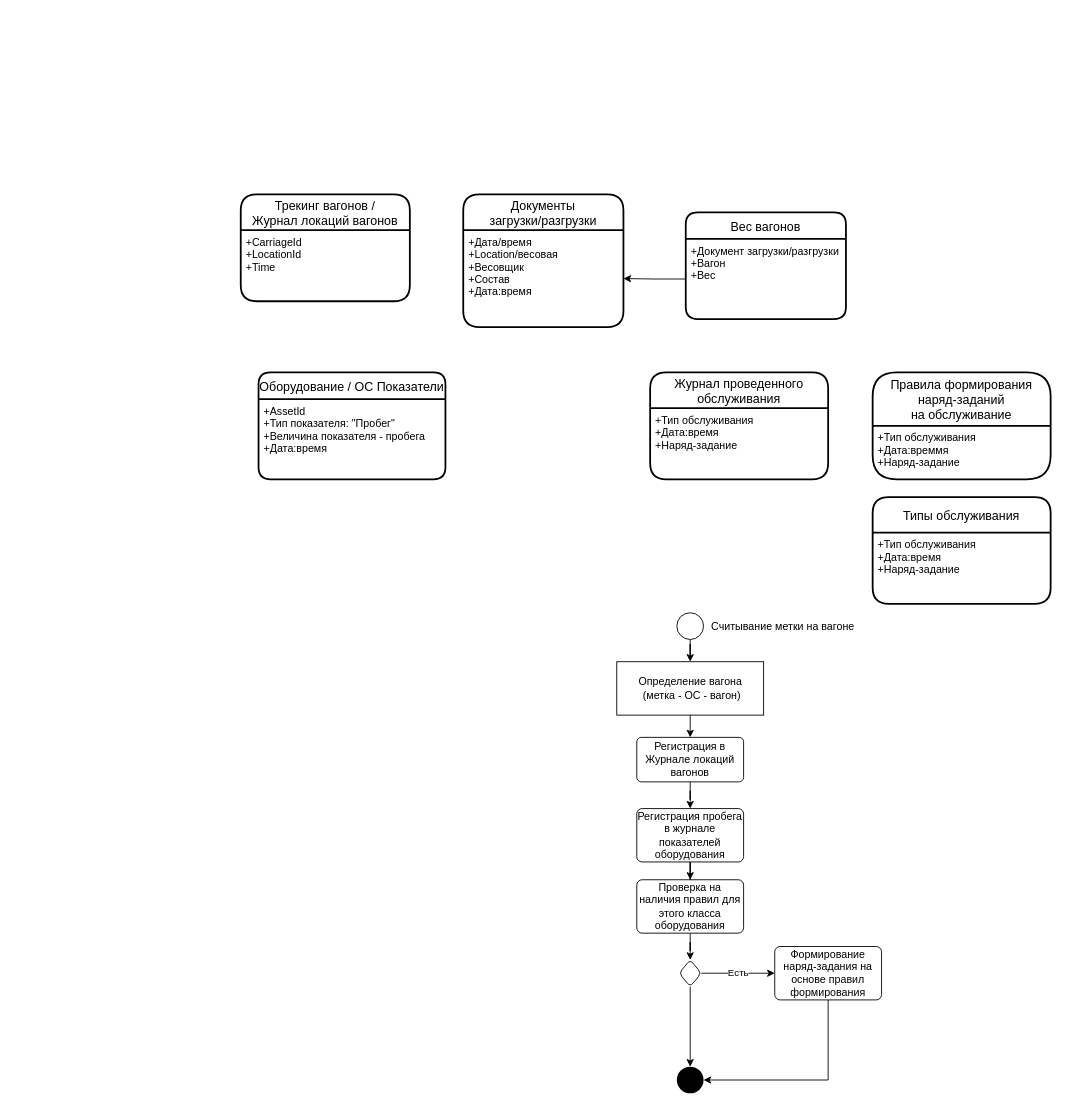
Above: page "Пробеги" (2 of 2) of sensor_to_business_oper.drawio in tvolodi/abitech (draw.io), before the change. Source tidied: cells renumbered, new cells numbered last; positions are measured from the earlier drawing's top-left corner, leaving out a move shared by most shapes. Both pictures are drawn from the tidied source at 89%, with x=0, y=0 at pixel (240, 194).
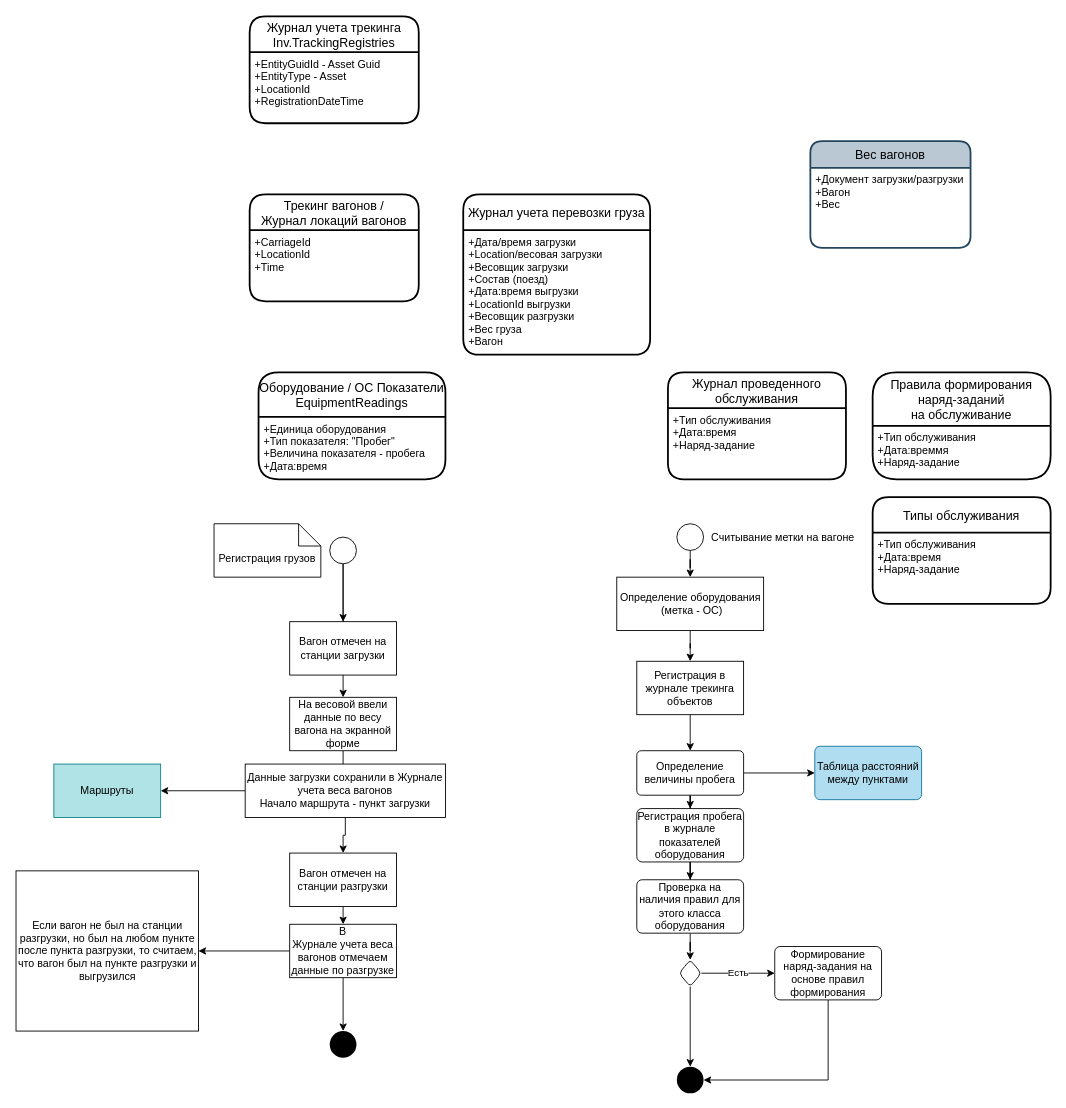
The same page after the edit.

Unchanged cells that the change refers to:
```xml
<mxCell id="7" value="+Документ загрузки/разгрузки&#10;+Вагон&#10;+Вес" style="align=left;strokeColor=none;fillColor=none;spacingLeft=4;fontSize=12;verticalAlign=top;" parent="6" vertex="1">
  <mxGeometry y="30" width="180" height="90" as="geometry" />
</mxCell>
```

The edit, as a diff of the source:
```diff
@@
     <mxCell id="2" value="Трекинг вагонов / &#10;Журнал локаций вагонов" style="swimlane;horizontal=1;startSize=40;rounded=1;fontSize=14;fontStyle=0;strokeWidth=2;shadow=0;dashed=0;align=center;" parent="1" vertex="1">
-      <mxGeometry width="190" height="120" as="geometry" />
+      <mxGeometry x="10" width="190" height="120" as="geometry" />
     </mxCell>
@@
-    <mxCell id="4" value="Документы &#10;загрузки/разгрузки" style="swimlane;horizontal=1;startSize=40;rounded=1;fontSize=14;fontStyle=0;strokeWidth=2;shadow=0;dashed=0;align=center;" parent="1" vertex="1">
-      <mxGeometry x="250" width="180" height="149" as="geometry" />
+    <mxCell id="4" value="Журнал учета перевозки груза" style="swimlane;horizontal=1;startSize=40;rounded=1;fontSize=14;fontStyle=0;strokeWidth=2;shadow=0;dashed=0;align=center;" parent="1" vertex="1">
+      <mxGeometry x="250" width="210" height="180" as="geometry" />
     </mxCell>
-    <mxCell id="5" value="+Дата/время&#10;+Location/весовая&#10;+Весовщик&#10;+Состав&#10;+Дата:время&#10;&#10;" style="align=left;strokeColor=none;fillColor=none;spacingLeft=4;fontSize=12;verticalAlign=top;" parent="4" vertex="1">
-      <mxGeometry y="40" width="180" height="109" as="geometry" />
+    <mxCell id="5" value="+Дата/время загрузки&#10;+Location/весовая загрузки&#10;+Весовщик загрузки&#10;+Состав (поезд)&#10;+Дата:время выгрузки&#10;+LocationId выгрузки&#10;+Весовщик разгрузки&#10;+Вес груза&#10;+Вагон&#10;" style="align=left;strokeColor=none;fillColor=none;spacingLeft=4;fontSize=12;verticalAlign=top;" parent="4" vertex="1">
+      <mxGeometry y="40" width="210" height="140" as="geometry" />
     </mxCell>
-    <mxCell id="6" value="Вес вагонов" style="swimlane;horizontal=1;startSize=30;rounded=1;fontSize=14;fontStyle=0;strokeWidth=2;shadow=0;dashed=0;align=center;" parent="1" vertex="1">
-      <mxGeometry x="500" y="20" width="180" height="120" as="geometry" />
+    <mxCell id="6" value="Вес вагонов" style="swimlane;horizontal=1;startSize=30;rounded=1;fontSize=14;fontStyle=0;strokeWidth=2;shadow=0;dashed=0;align=center;fillColor=#bac8d3;strokeColor=#23445d;" parent="1" vertex="1">
+      <mxGeometry x="640" y="-60" width="180" height="120" as="geometry" />
     </mxCell>
@@
-    <mxCell id="8" value="Оборудование / ОС Показатели" style="swimlane;horizontal=1;startSize=30;rounded=1;fontSize=14;fontStyle=0;strokeWidth=2;shadow=0;dashed=0;align=center;" parent="1" vertex="1">
+    <mxCell id="8" value="Оборудование / ОС Показатели&#10;EquipmentReadings" style="swimlane;horizontal=1;startSize=50;rounded=1;fontSize=14;fontStyle=0;strokeWidth=2;shadow=0;dashed=0;align=center;" parent="1" vertex="1">
       <mxGeometry x="20" y="200" width="210" height="120" as="geometry" />
     </mxCell>
-    <mxCell id="9" value="+AssetId&#10;+Тип показателя: &quot;Пробег&quot;&#10;+Величина показателя - пробега&#10;+Дата:время" style="align=left;strokeColor=none;fillColor=none;spacingLeft=4;fontSize=12;verticalAlign=top;" parent="8" vertex="1">
-      <mxGeometry y="30" width="210" height="90" as="geometry" />
+    <mxCell id="9" value="+Единица оборудования&#10;+Тип показателя: &quot;Пробег&quot;&#10;+Величина показателя - пробега&#10;+Дата:время" style="align=left;strokeColor=none;fillColor=none;spacingLeft=4;fontSize=12;verticalAlign=top;" parent="8" vertex="1">
+      <mxGeometry y="50" width="210" height="70" as="geometry" />
     </mxCell>
-    <mxCell id="10" style="edgeStyle=orthogonalEdgeStyle;rounded=0;jettySize=auto;html=1;entryX=1;entryY=0.5;entryDx=0;entryDy=0;" parent="1" edge="1" source="7" target="5">
-      <mxGeometry relative="1" as="geometry" />
-    </mxCell>
     <mxCell id="11" value="Журнал проведенного &#10;обслуживания" style="swimlane;horizontal=1;startSize=40;rounded=1;fontSize=14;fontStyle=0;strokeWidth=2;shadow=0;dashed=0;align=center;" parent="1" vertex="1">
-      <mxGeometry x="460" y="200" width="200" height="120" as="geometry" />
+      <mxGeometry x="480" y="200" width="200" height="120" as="geometry" />
     </mxCell>
@@
+    <mxCell id="33" style="edgeStyle=orthogonalEdgeStyle;rounded=0;jettySize=auto;html=1;" parent="1" edge="1" source="14" target="56">
+      <mxGeometry relative="1" as="geometry" />
+    </mxCell>
-    <mxCell id="14" value="Регистрация в &lt;br&gt;Журнале локаций вагонов" style="rounded=1;arcSize=10;whiteSpace=wrap;html=1;align=center;" parent="1" vertex="1">
-      <mxGeometry x="445" y="610" width="120" height="50" as="geometry" />
+    <mxCell id="14" value="Определение величины пробега" style="rounded=1;arcSize=10;whiteSpace=wrap;html=1;align=center;" parent="1" vertex="1">
+      <mxGeometry x="445" y="625" width="120" height="50" as="geometry" />
     </mxCell>
@@
     <mxCell id="16" value="Считывание метки на вагоне" style="ellipse;fillColor=#ffffff;strokeColor=#000000;align=left;spacingTop=0;spacing=39;" parent="1" vertex="1">
-      <mxGeometry x="490" y="470" width="30" height="30" as="geometry" />
+      <mxGeometry x="490" y="370" width="30" height="30" as="geometry" />
     </mxCell>
-    <mxCell id="17" style="edgeStyle=orthogonalEdgeStyle;rounded=0;jettySize=auto;html=1;exitX=0.5;exitY=1;exitDx=0;exitDy=0;entryX=0.5;entryY=0;entryDx=0;entryDy=0;" parent="1" edge="1" source="18" target="14">
+    <mxCell id="17" style="edgeStyle=orthogonalEdgeStyle;rounded=0;jettySize=auto;html=1;exitX=0.5;exitY=1;exitDx=0;exitDy=0;entryX=0.5;entryY=0;entryDx=0;entryDy=0;" parent="1" edge="1" source="45" target="14">
       <mxGeometry relative="1" as="geometry" />
     </mxCell>
+    <mxCell id="34" style="edgeStyle=orthogonalEdgeStyle;rounded=0;jettySize=auto;html=1;" parent="1" edge="1" source="18" target="45">
+      <mxGeometry relative="1" as="geometry" />
+    </mxCell>
-    <mxCell id="18" value="Определение вагона&lt;br&gt;&amp;nbsp;(метка - ОС - вагон)" style="whiteSpace=wrap;html=1;align=center;fillColor=#ffffff;strokeColor=#000000;spacingTop=0;spacing=0;" parent="1" vertex="1">
-      <mxGeometry x="422.5" y="525" width="165" height="60" as="geometry" />
+    <mxCell id="18" value="Определение оборудования&lt;br&gt;&amp;nbsp;(метка - ОС)" style="whiteSpace=wrap;html=1;align=center;fillColor=#ffffff;strokeColor=#000000;spacingTop=0;spacing=0;" parent="1" vertex="1">
+      <mxGeometry x="422.5" y="430" width="165" height="60" as="geometry" />
     </mxCell>
@@
+    <mxCell id="35" style="edgeStyle=orthogonalEdgeStyle;rounded=0;jettySize=auto;html=1;" parent="1" edge="1" source="37" target="39">
+      <mxGeometry relative="1" as="geometry" />
+    </mxCell>
+    <mxCell id="36" style="edgeStyle=orthogonalEdgeStyle;rounded=0;jettySize=auto;html=1;" parent="1" edge="1" source="37" target="51">
+      <mxGeometry relative="1" as="geometry" />
+    </mxCell>
+    <mxCell id="37" style="ellipse;fillColor=#ffffff;strokeColor=#000000;" parent="1" vertex="1">
+      <mxGeometry x="100" y="385" width="30" height="30" as="geometry" />
+    </mxCell>
+    <mxCell id="38" style="edgeStyle=orthogonalEdgeStyle;rounded=0;jettySize=auto;html=1;" parent="1" edge="1" source="39" target="42">
+      <mxGeometry relative="1" as="geometry" />
+    </mxCell>
+    <mxCell id="39" value="На весовой ввели данные по весу вагона на экранной форме" style="whiteSpace=wrap;html=1;fillColor=#ffffff;strokeColor=#000000;" parent="1" vertex="1">
+      <mxGeometry x="55" y="565" width="120" height="60" as="geometry" />
+    </mxCell>
+    <mxCell id="40" style="edgeStyle=orthogonalEdgeStyle;rounded=0;jettySize=auto;html=1;exitX=0.5;exitY=1;exitDx=0;exitDy=0;" parent="1" edge="1" source="42" target="47">
+      <mxGeometry relative="1" as="geometry" />
+    </mxCell>
+    <mxCell id="41" style="edgeStyle=orthogonalEdgeStyle;rounded=0;jettySize=auto;html=1;" parent="1" edge="1" source="42" target="55">
+      <mxGeometry relative="1" as="geometry" />
+    </mxCell>
+    <mxCell id="42" value="Данные загрузки сохранили в Журнале учета веса вагонов&lt;br&gt;Начало маршрута - пункт загрузки" style="whiteSpace=wrap;html=1;fillColor=#ffffff;strokeColor=#000000;" parent="1" vertex="1">
+      <mxGeometry x="5" y="640" width="225" height="60" as="geometry" />
+    </mxCell>
+    <mxCell id="43" value="Журнал учета трекинга&#10;Inv.TrackingRegistries" style="swimlane;horizontal=1;startSize=40;rounded=1;fontSize=14;fontStyle=0;strokeWidth=2;shadow=0;dashed=0;align=center;" parent="1" vertex="1">
+      <mxGeometry x="10" y="-200" width="190" height="120" as="geometry" />
+    </mxCell>
+    <mxCell id="44" value="+EntityGuidId - Asset Guid&#10;+EntityType - Asset&#10;+LocationId&#10;+RegistrationDateTime" style="align=left;strokeColor=none;fillColor=none;spacingLeft=4;fontSize=12;verticalAlign=top;" parent="43" vertex="1">
+      <mxGeometry y="40" width="190" height="80" as="geometry" />
+    </mxCell>
+    <mxCell id="45" value="Регистрация в журнале трекинга объектов" style="whiteSpace=wrap;html=1;fillColor=#ffffff;strokeColor=#000000;spacingTop=0;spacing=0;" parent="1" vertex="1">
+      <mxGeometry x="445" y="524.5" width="120" height="60" as="geometry" />
+    </mxCell>
+    <mxCell id="46" style="edgeStyle=orthogonalEdgeStyle;rounded=0;jettySize=auto;html=1;exitX=0.5;exitY=1;exitDx=0;exitDy=0;entryX=0.5;entryY=0;entryDx=0;entryDy=0;" parent="1" edge="1" source="47" target="50">
+      <mxGeometry relative="1" as="geometry" />
+    </mxCell>
+    <mxCell id="47" value="Вагон отмечен на станции разгрузки" style="whiteSpace=wrap;html=1;fillColor=#ffffff;strokeColor=#000000;" parent="1" vertex="1">
+      <mxGeometry x="55" y="740" width="120" height="60" as="geometry" />
+    </mxCell>
+    <mxCell id="48" style="edgeStyle=orthogonalEdgeStyle;rounded=0;jettySize=auto;html=1;exitX=0.5;exitY=1;exitDx=0;exitDy=0;entryX=0.5;entryY=0;entryDx=0;entryDy=0;" parent="1" edge="1" source="50" target="52">
+      <mxGeometry relative="1" as="geometry" />
+    </mxCell>
+    <mxCell id="49" style="edgeStyle=orthogonalEdgeStyle;rounded=0;jettySize=auto;html=1;" parent="1" edge="1" source="50" target="53">
+      <mxGeometry relative="1" as="geometry" />
+    </mxCell>
+    <mxCell id="50" value="В &lt;br&gt;Журнале учета веса вагонов отмечаем данные по разгрузке" style="whiteSpace=wrap;html=1;fillColor=#ffffff;strokeColor=#000000;" parent="1" vertex="1">
+      <mxGeometry x="55" y="820" width="120" height="60" as="geometry" />
+    </mxCell>
+    <mxCell id="51" value="Вагон отмечен на станции загрузки" style="whiteSpace=wrap;html=1;fillColor=#ffffff;strokeColor=#000000;" parent="1" vertex="1">
+      <mxGeometry x="55" y="480" width="120" height="60" as="geometry" />
+    </mxCell>
+    <mxCell id="52" style="ellipse;fillColor=#000000;strokeColor=none;" parent="1" vertex="1">
+      <mxGeometry x="100" y="940" width="30" height="30" as="geometry" />
+    </mxCell>
+    <mxCell id="53" value="Если вагон не был на станции разгрузки, но был на любом пункте после пункта разгрузки, то считаем, что вагон был на пункте разгрузки и выгрузился" style="whiteSpace=wrap;html=1;fillColor=#ffffff;strokeColor=#000000;" parent="1" vertex="1">
+      <mxGeometry x="-252.5" y="760" width="205" height="180" as="geometry" />
+    </mxCell>
+    <mxCell id="54" value="Регистрация грузов" style="shape=note2;boundedLbl=1;whiteSpace=wrap;html=1;size=25;verticalAlign=top;align=center;" parent="1" vertex="1">
+      <mxGeometry x="-30" y="370" width="120" height="60" as="geometry" />
+    </mxCell>
+    <mxCell id="55" value="Маршруты" style="whiteSpace=wrap;html=1;fillColor=#b0e3e6;strokeColor=#0e8088;" parent="1" vertex="1">
+      <mxGeometry x="-210" y="640" width="120" height="60" as="geometry" />
+    </mxCell>
+    <mxCell id="56" value="Таблица расстояний между пунктами" style="whiteSpace=wrap;html=1;rounded=1;arcSize=10;fillColor=#b1ddf0;strokeColor=#10739e;" parent="1" vertex="1">
+      <mxGeometry x="645" y="620" width="120" height="60" as="geometry" />
+    </mxCell>
```
